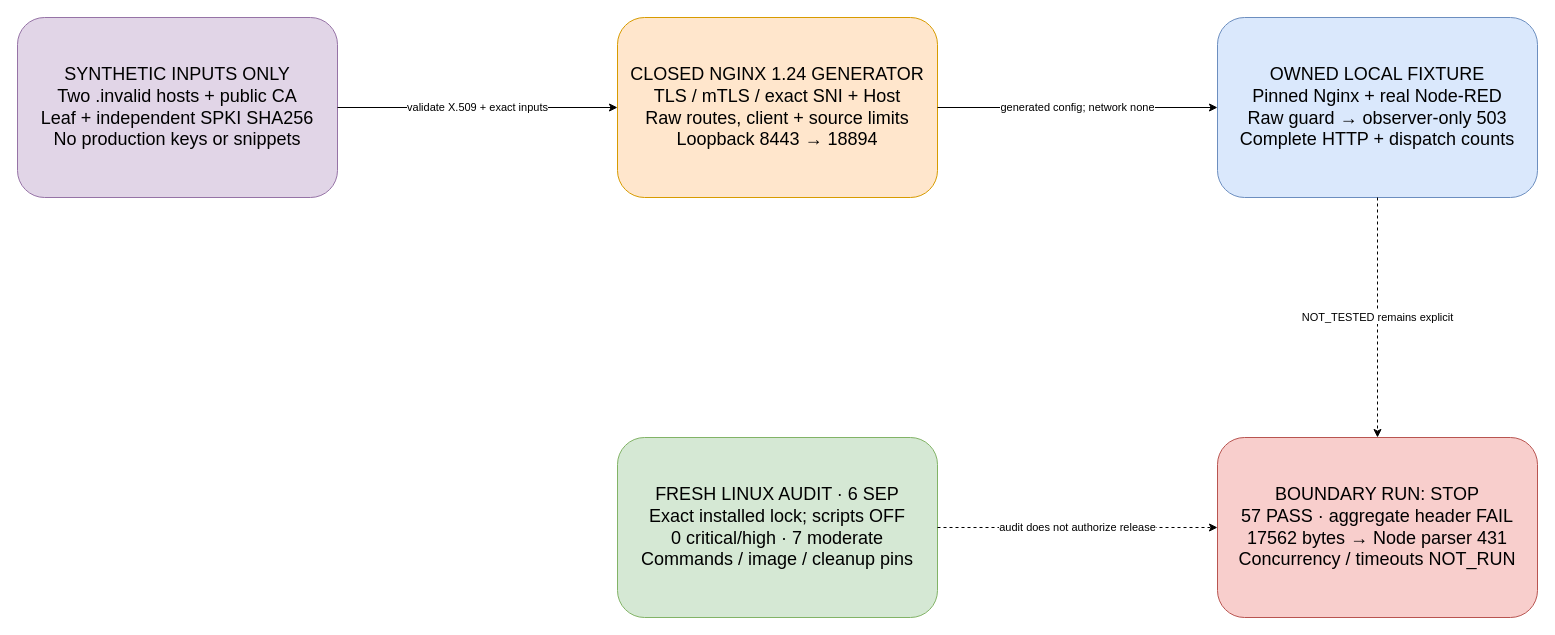
This is page "Nginx candidate and fresh audit" (4 of 4) of docs/assets/partner-game-membership-ingress-evidence.drawio from Z6v6e6r/lk, a draw.io file, before an edit. Source tidied: cells renumbered, new cells numbered last; positions are measured from the earlier drawing's top-left corner, leaving out a move shared by most shapes. Both pictures are drawn from the tidied source at 100%, with x=0, y=0 at pixel (17, 17).
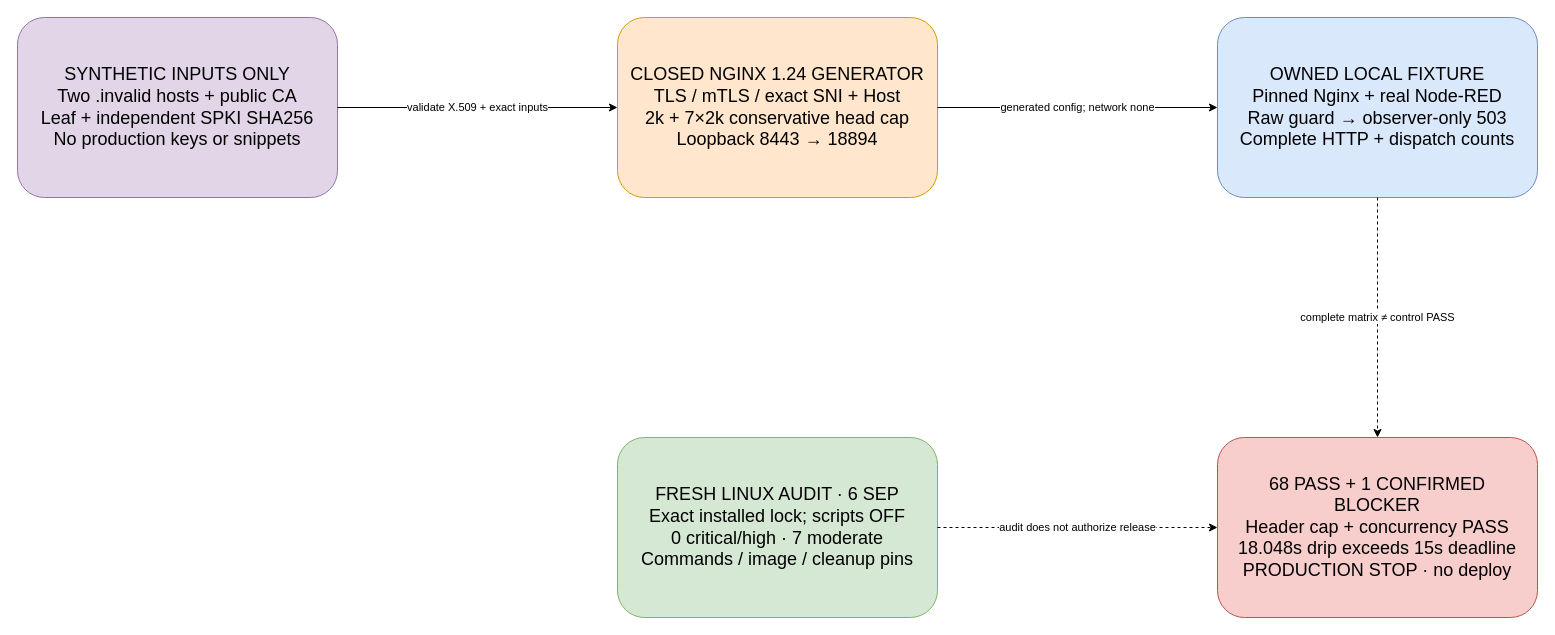
Above is the later version.

Commit message (it also covers changes not shown here):
fix(partner): bound aggregate Nginx header buffers

Diff of the diagram source:
```diff
@@
 <mxGraphModel>
   <root>
     <mxCell id="0" />
     <mxCell id="1" parent="0" />
     <mxCell id="2" value="SYNTHETIC INPUTS ONLY&#10;Two .invalid hosts + public CA&#10;Leaf + independent SPKI SHA256&#10;No production keys or snippets" style="rounded=1;whiteSpace=wrap;html=1;fillColor=#e1d5e7;strokeColor=#9673a6;fontSize=18;spacing=14;" parent="1" vertex="1">
       <mxGeometry width="320" height="180" as="geometry" />
     </mxCell>
-    <mxCell id="3" value="CLOSED NGINX 1.24 GENERATOR&#10;TLS / mTLS / exact SNI + Host&#10;Raw routes, client + source limits&#10;Loopback 8443 → 18894" style="rounded=1;whiteSpace=wrap;html=1;fillColor=#ffe6cc;strokeColor=#d79b00;fontSize=18;spacing=14;" parent="1" vertex="1">
+    <mxCell id="3" value="CLOSED NGINX 1.24 GENERATOR&#10;TLS / mTLS / exact SNI + Host&#10;2k + 7×2k conservative head cap&#10;Loopback 8443 → 18894" style="rounded=1;whiteSpace=wrap;html=1;fillColor=#ffe6cc;strokeColor=#d79b00;fontSize=18;spacing=14;" parent="1" vertex="1">
       <mxGeometry x="600" width="320" height="180" as="geometry" />
     </mxCell>
     <mxCell id="4" value="OWNED LOCAL FIXTURE&#10;Pinned Nginx + real Node-RED&#10;Raw guard → observer-only 503&#10;Complete HTTP + dispatch counts" style="rounded=1;whiteSpace=wrap;html=1;fillColor=#dae8fc;strokeColor=#6c8ebf;fontSize=18;spacing=14;" parent="1" vertex="1">
       <mxGeometry x="1200" width="320" height="180" as="geometry" />
     </mxCell>
     <mxCell id="5" value="FRESH LINUX AUDIT · 6 SEP&#10;Exact installed lock; scripts OFF&#10;0 critical/high · 7 moderate&#10;Commands / image / cleanup pins" style="rounded=1;whiteSpace=wrap;html=1;fillColor=#d5e8d4;strokeColor=#82b366;fontSize=18;spacing=14;" parent="1" vertex="1">
       <mxGeometry x="600" y="420" width="320" height="180" as="geometry" />
     </mxCell>
-    <mxCell id="6" value="BOUNDARY RUN: STOP&#10;57 PASS · aggregate header FAIL&#10;17562 bytes → Node parser 431&#10;Concurrency / timeouts NOT_RUN" style="rounded=1;whiteSpace=wrap;html=1;fillColor=#f8cecc;strokeColor=#b85450;fontSize=18;spacing=14;" parent="1" vertex="1">
+    <mxCell id="6" value="68 PASS + 1 CONFIRMED BLOCKER&#10;Header cap + concurrency PASS&#10;18.048s drip exceeds 15s deadline&#10;PRODUCTION STOP · no deploy" style="rounded=1;whiteSpace=wrap;html=1;fillColor=#f8cecc;strokeColor=#b85450;fontSize=18;spacing=14;" parent="1" vertex="1">
       <mxGeometry x="1200" y="420" width="320" height="180" as="geometry" />
     </mxCell>
     <mxCell id="7" value="validate X.509 + exact inputs" style="edgeStyle=orthogonalEdgeStyle;rounded=1;jettySize=auto;html=1;exitX=1;exitY=0.5;entryX=0;entryY=0.5;" parent="1" edge="1" source="2" target="3">
       <mxGeometry relative="1" as="geometry" />
     </mxCell>
     <mxCell id="8" value="generated config; network none" style="edgeStyle=orthogonalEdgeStyle;rounded=1;jettySize=auto;html=1;exitX=1;exitY=0.5;entryX=0;entryY=0.5;" parent="1" edge="1" source="3" target="4">
       <mxGeometry relative="1" as="geometry" />
     </mxCell>
-    <mxCell id="9" value="NOT_TESTED remains explicit" style="edgeStyle=orthogonalEdgeStyle;rounded=1;jettySize=auto;html=1;dashed=1;exitX=0.5;exitY=1;entryX=0.5;entryY=0;" parent="1" edge="1" source="4" target="6">
+    <mxCell id="9" value="complete matrix ≠ control PASS" style="edgeStyle=orthogonalEdgeStyle;rounded=1;jettySize=auto;html=1;dashed=1;exitX=0.5;exitY=1;entryX=0.5;entryY=0;" parent="1" edge="1" source="4" target="6">
       <mxGeometry relative="1" as="geometry" />
     </mxCell>
     <mxCell id="10" value="audit does not authorize release" style="edgeStyle=orthogonalEdgeStyle;rounded=1;jettySize=auto;html=1;dashed=1;exitX=1;exitY=0.5;entryX=0;entryY=0.5;" parent="1" edge="1" source="5" target="6">
       <mxGeometry relative="1" as="geometry" />
     </mxCell>
   </root>
 </mxGraphModel>
```
